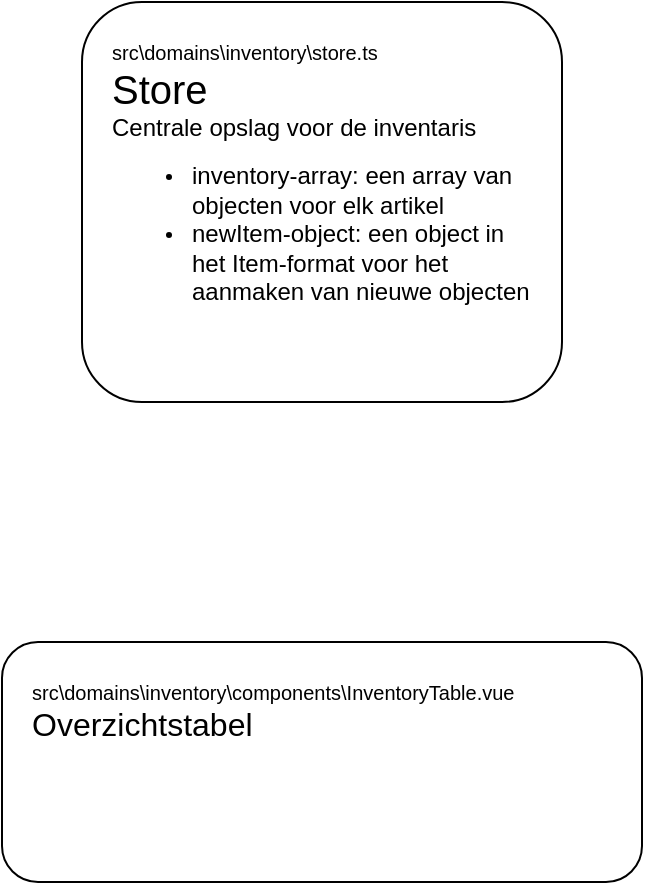
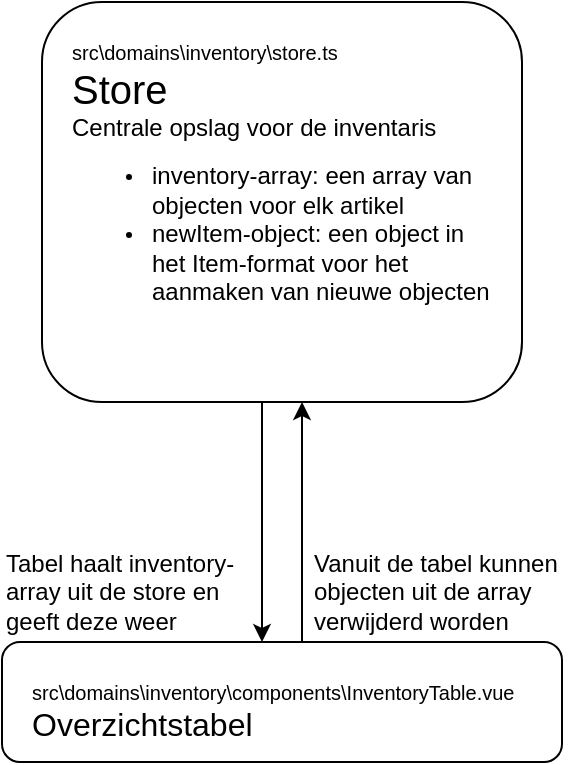
<mxfile host="app.diagrams.net" agent="Mozilla/5.0 (Windows NT 10.0; Win64; x64) AppleWebKit/537.36 (KHTML, like Gecko) Chrome/146.0.0.0 Safari/537.36" version="29.6.4">
  <diagram name="Pagina-1" id="jHJDa2tsZR8j9Yx50L5g">
    <mxGraphModel dx="516" dy="776" grid="1" gridSize="10" guides="1" tooltips="1" connect="1" arrows="1" fold="1" page="1" pageScale="1" pageWidth="827" pageHeight="1169" math="0" shadow="0">
      <root>
        <mxCell id="0" />
        <mxCell id="1" parent="0" />
        <mxCell id="uSY-HkKNFhWKNBA7KD2W-1" parent="1" style="rounded=1;whiteSpace=wrap;html=1;fontSize=10;align=left;verticalAlign=top;spacing=15;" value="&lt;div&gt;&lt;font&gt;src&lt;/font&gt;&lt;font&gt;\domains\inventory\store.ts&lt;/font&gt;&lt;/div&gt;&lt;font style=&quot;font-size: 20px;&quot;&gt;Store&lt;/font&gt;&lt;div&gt;&lt;font style=&quot;font-size: 12px;&quot;&gt;Centrale opslag voor de inventaris&lt;/font&gt;&lt;br&gt;&lt;div&gt;&lt;ul&gt;&lt;li&gt;&lt;font style=&quot;font-size: 12px;&quot;&gt;inventory-array: een array van objecten voor elk artikel&lt;/font&gt;&lt;/li&gt;&lt;li&gt;&lt;font style=&quot;font-size: 12px;&quot;&gt;newItem-object: een object in het Item-format voor het aanmaken van nieuwe objecten&lt;/font&gt;&lt;/li&gt;&lt;/ul&gt;&lt;/div&gt;&lt;/div&gt;" vertex="1">
          <mxGeometry height="200" width="240" x="280" y="400" as="geometry" />
        </mxCell>
        <mxCell id="uSY-HkKNFhWKNBA7KD2W-2" parent="1" style="rounded=1;whiteSpace=wrap;html=1;fontSize=10;verticalAlign=top;align=left;spacing=15;" value="src\domains\inventory\components\InventoryTable.vue&lt;div&gt;&lt;font style=&quot;font-size: 16px;&quot;&gt;Overzichtstabel&lt;/font&gt;&lt;/div&gt;" vertex="1">
-           <mxGeometry height="120" width="320" x="240" y="720" as="geometry" />
+           <mxGeometry height="60" width="280" x="260" y="720" as="geometry" />
+         </mxCell>
+         <mxCell id="eLQj0-DDMxeyVFWfvKQ9-2" edge="1" parent="1" style="endArrow=classic;html=1;rounded=0;exitX=0.5;exitY=1;exitDx=0;exitDy=0;entryX=0.5;entryY=0;entryDx=0;entryDy=0;" value="">
+           <mxGeometry height="50" relative="1" width="50" as="geometry">
+             <mxPoint x="390" y="600" as="sourcePoint" />
+             <mxPoint x="390" y="720" as="targetPoint" />
+           </mxGeometry>
+         </mxCell>
+         <mxCell id="eLQj0-DDMxeyVFWfvKQ9-4" parent="1" style="text;html=1;whiteSpace=wrap;strokeColor=none;fillColor=none;align=left;verticalAlign=middle;rounded=0;" value="Tabel haalt inventory-array uit de store en geeft deze weer" vertex="1">
+           <mxGeometry height="30" width="130" x="260" y="680" as="geometry" />
+         </mxCell>
+         <mxCell id="eLQj0-DDMxeyVFWfvKQ9-5" edge="1" parent="1" style="endArrow=classic;html=1;rounded=0;exitX=0.5;exitY=0;exitDx=0;exitDy=0;" value="">
+           <mxGeometry height="50" relative="1" width="50" as="geometry">
+             <mxPoint x="410" y="720" as="sourcePoint" />
+             <mxPoint x="410" y="600" as="targetPoint" />
+           </mxGeometry>
+         </mxCell>
+         <mxCell id="eLQj0-DDMxeyVFWfvKQ9-6" parent="1" style="text;html=1;whiteSpace=wrap;strokeColor=none;fillColor=none;align=left;verticalAlign=middle;rounded=0;" value="Vanuit de tabel kunnen objecten uit de array verwijderd worden" vertex="1">
+           <mxGeometry height="30" width="130" x="414" y="680" as="geometry" />
        </mxCell>
      </root>
    </mxGraphModel>
  </diagram>
</mxfile>
